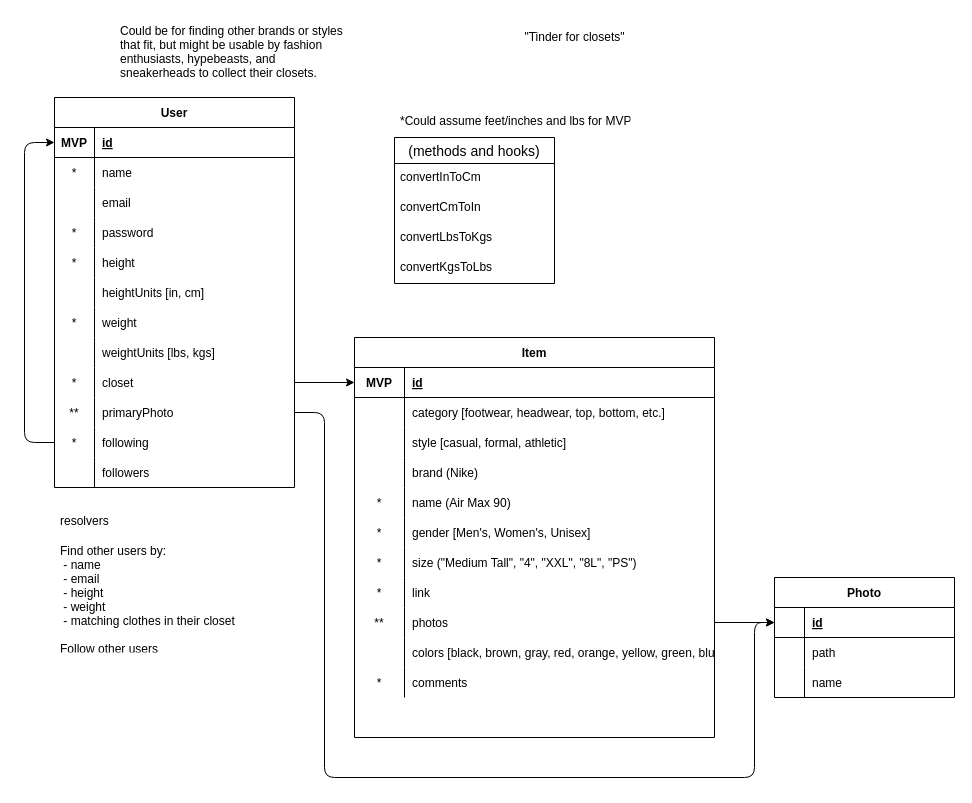
kelseybrianne/will-it-fit keeps this draw.io diagram as plan/schema.drawio. Above is the earlier version. Source tidied: cells renumbered, new cells numbered last; positions are measured from the earlier drawing's top-left corner, leaving out a move shared by most shapes. Both pictures are drawn from the tidied source at 100%, with x=0, y=0 at pixel (24, 17).
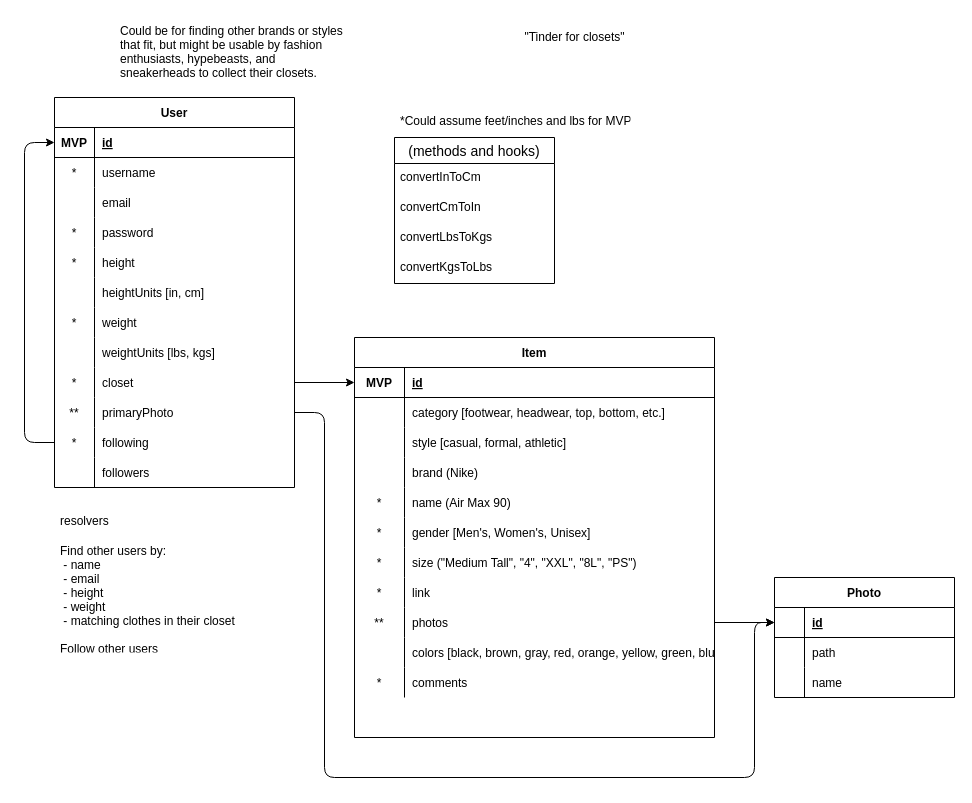
The same page after the edit.

Commit message:
update user model in schema.drawio

Unchanged cells that the change refers to:
```xml
<mxCell id="6" style="shape=partialRectangle;fillColor=none;top=0;left=0;bottom=0;right=0;" parent="2" vertex="1">
  <mxGeometry y="60" width="240" height="30" as="geometry" />
</mxCell>
```

Diff of the diagram source:
```diff
@@
-    <mxCell id="8" value="name" style="shape=partialRectangle;fillColor=none;top=0;left=0;bottom=0;right=0;align=left;spacingLeft=6;overflow=hidden;" parent="6" vertex="1">
+    <mxCell id="8" value="username" style="shape=partialRectangle;fillColor=none;top=0;left=0;bottom=0;right=0;align=left;spacingLeft=6;overflow=hidden;" parent="6" vertex="1">
       <mxGeometry x="40" width="200" height="30" as="geometry" />
     </mxCell>
```
